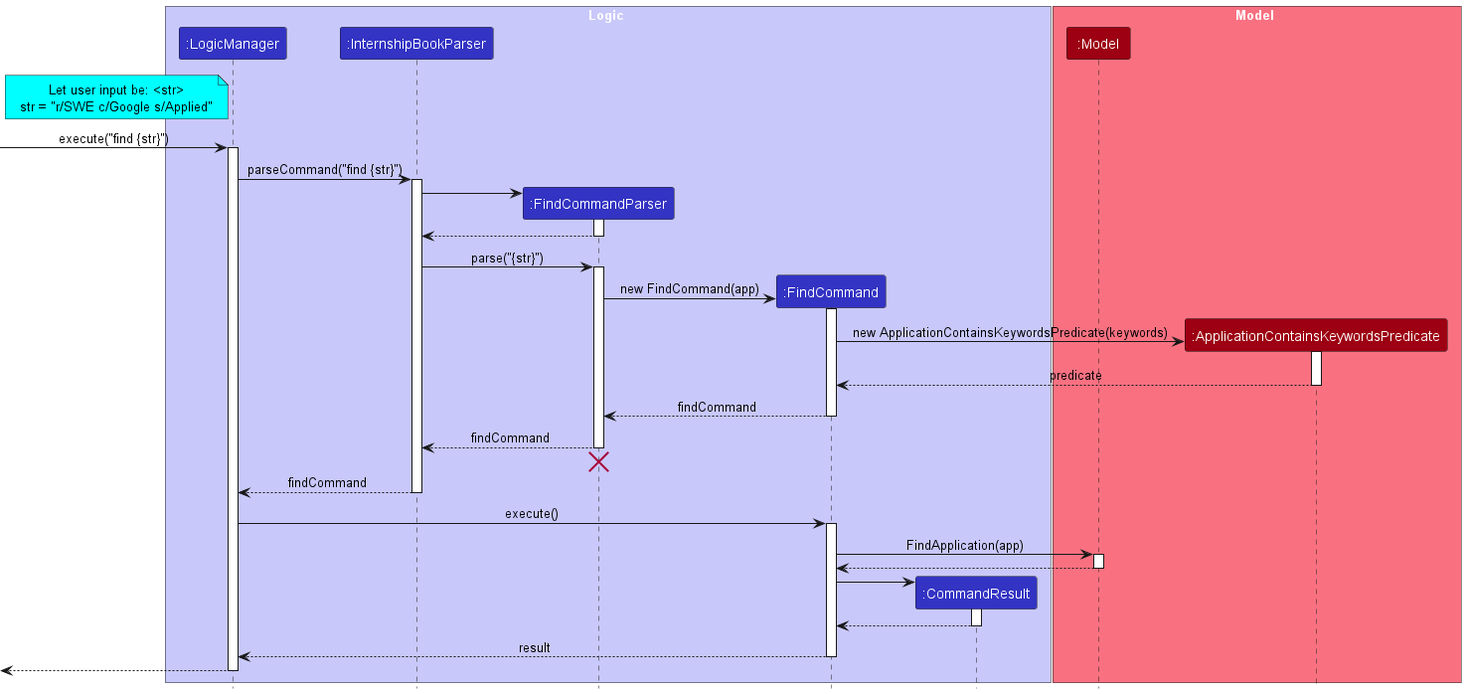
This is docs/images/FindApplicationSequenceDiagram.png from nus-cs2103-AY2223S2/tp, a PlantUML export, as it was before one commit. Its diagram source:
```plantuml
@startuml
!include style.puml

box Logic LOGIC_COLOR_T1
participant ":LogicManager" as LogicManager LOGIC_COLOR
participant ":InternshipBookParser" as InternshipBookParser LOGIC_COLOR
participant ":FindCommandParser" as FindCommandParser LOGIC_COLOR
participant ":FindCommand" as FindCommand LOGIC_COLOR
participant ":CommandResult" as CommandResult LOGIC_COLOR

end box

box Model MODEL_COLOR_T1
participant ":Model" as Model MODEL_COLOR
participant ":ApplicationContainsKeywordsPredicate" as ApplicationContainsKeywordsPredicate MODEL_COLOR
end box

note left of LogicManager #aqua
Let user input be: <str>
str = "r/SWE c/Google s/Applied"
end note

[-> LogicManager : execute("find {str}")
activate LogicManager

LogicManager -> InternshipBookParser : parseCommand("find {str}")
activate InternshipBookParser

create FindCommandParser
InternshipBookParser -> FindCommandParser
activate FindCommandParser

FindCommandParser --> InternshipBookParser
deactivate FindCommandParser

InternshipBookParser -> FindCommandParser : parse("{str}")
activate FindCommandParser

create FindCommand
FindCommandParser -> FindCommand : new FindCommand(app)
activate FindCommand

create ApplicationContainsKeywordsPredicate
FindCommand -> ApplicationContainsKeywordsPredicate: new ApplicationContainsKeywordsPredicate(keywords)
activate ApplicationContainsKeywordsPredicate

ApplicationContainsKeywordsPredicate --> FindCommand : predicate
deactivate ApplicationContainsKeywordsPredicate

FindCommand --> FindCommandParser : findCommand
deactivate FindCommand

FindCommandParser --> InternshipBookParser : findCommand
deactivate FindCommandParser
FindCommandParser -[hidden]-> InternshipBookParser
destroy FindCommandParser

InternshipBookParser --> LogicManager : findCommand
deactivate InternshipBookParser

LogicManager -> FindCommand : execute()
activate FindCommand

FindCommand -> Model : FindApplication(app)
activate Model

Model --> FindCommand
deactivate Model

create CommandResult
FindCommand -> CommandResult
activate CommandResult

CommandResult --> FindCommand
deactivate CommandResult

FindCommand --> LogicManager : result
deactivate FindCommand

[<--LogicManager
deactivate LogicManager
@enduml
```
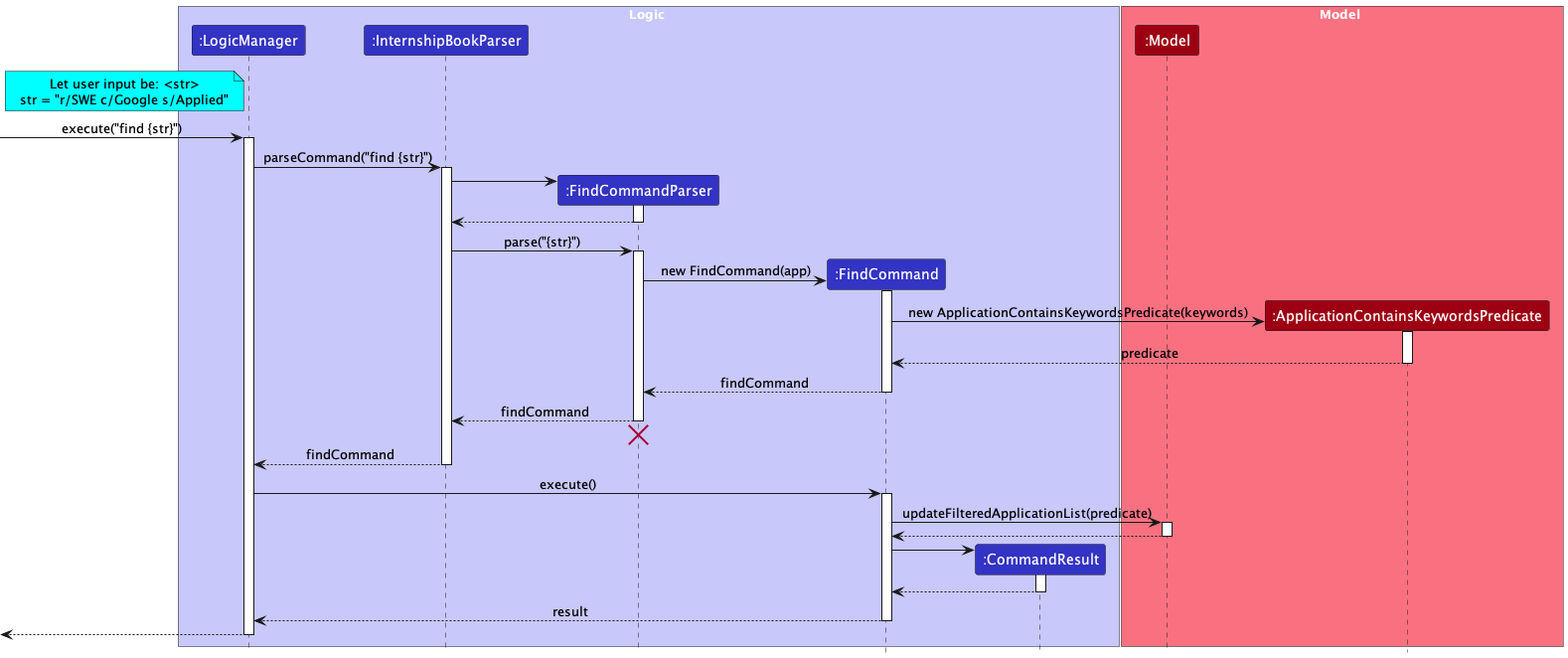
After the commit.

Commit message:
Edit error in FindCommand sequence diagram in DG

The edit, as a diff of the source:
```diff
@@ -61,7 +61,7 @@
 LogicManager -> FindCommand : execute()
 activate FindCommand
 
-FindCommand -> Model : FindApplication(app)
+FindCommand -> Model : updateFilteredApplicationList(predicate)
 activate Model
 
 Model --> FindCommand
```
